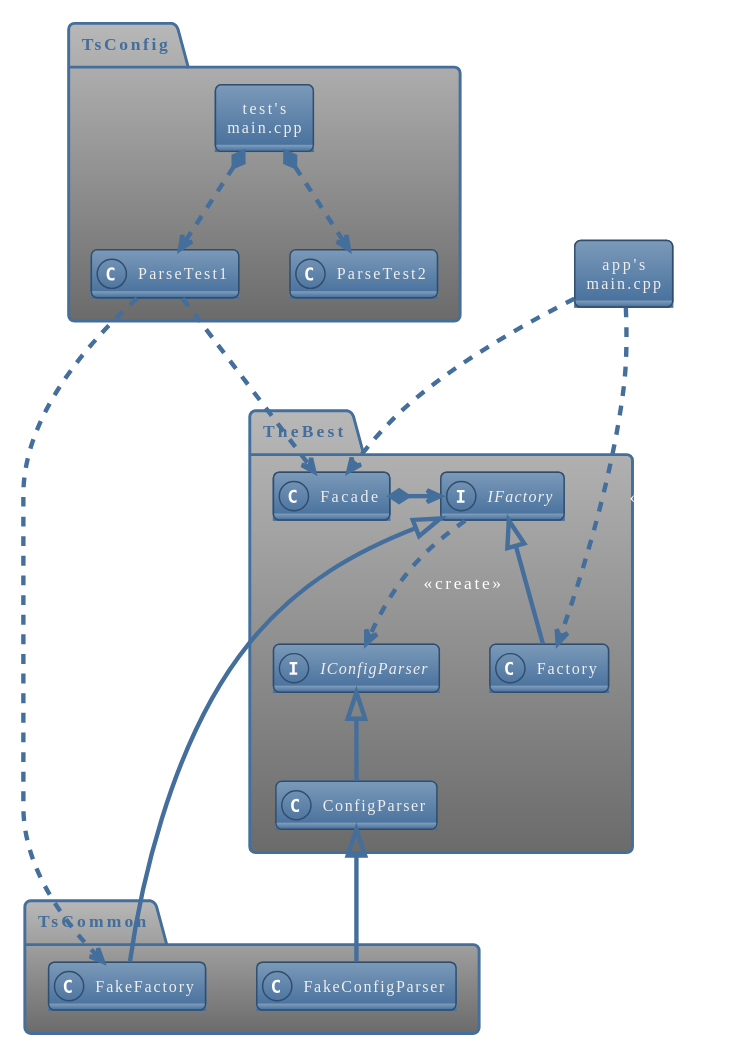
Before: bdd_swdev_eng_cd.svg, a diagram exported from PlantUML (maitrebart/bdd_swdev_eng).
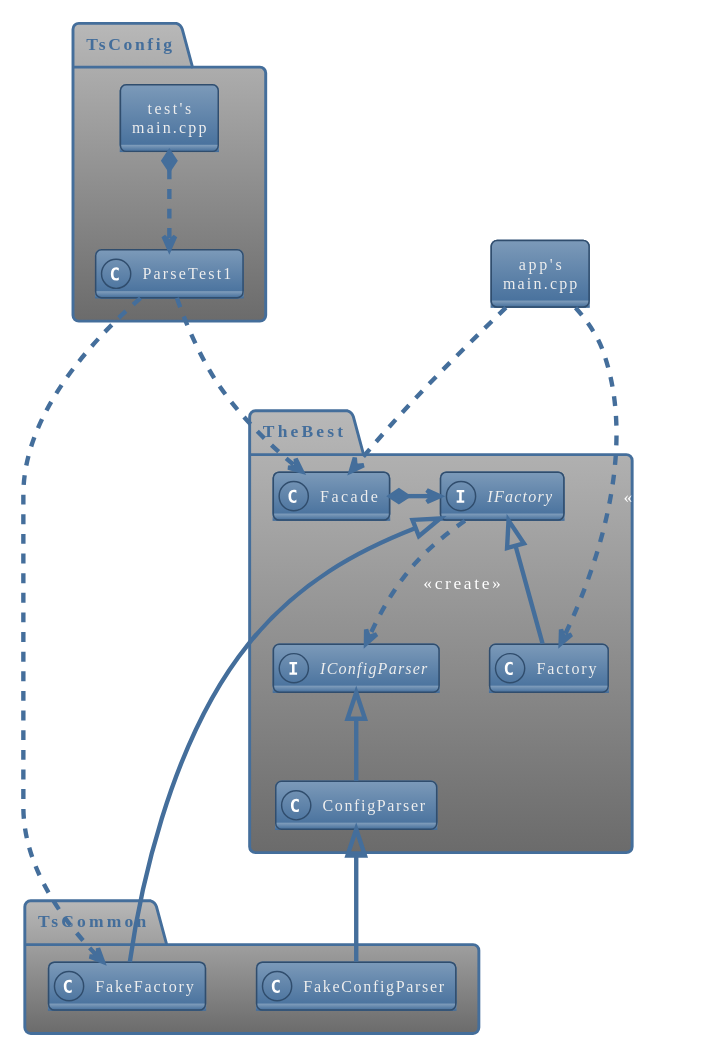
The same file after the commit.

What changed in the source:
```diff
@@ -28,12 +28,10 @@
 
 namespace TsConfig {
 	class "ParseTest1" as pt1
-	class "ParseTest2" as pt2
 	class "test's\nmain.cpp" as m
 	hide m circle
 
 	m *..> pt1
-	m *..> pt2
 
 	pt1 ..> TheBest::F : <<instantiate>>
 	pt1 ..> TsCommon::ff : <<create>>
```
